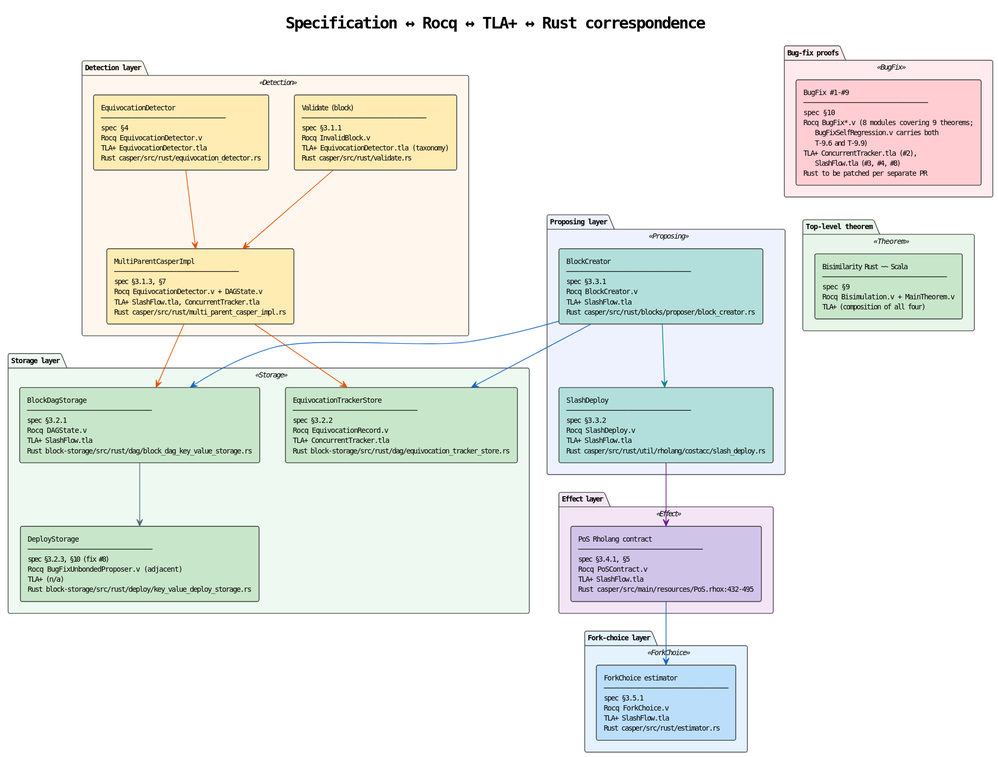
The PlantUML diagram docs/theory/slashing/diagrams/10-component-formal-correspondence.svg in F1R3FLY-io/f1r3node-rust, before a commit.
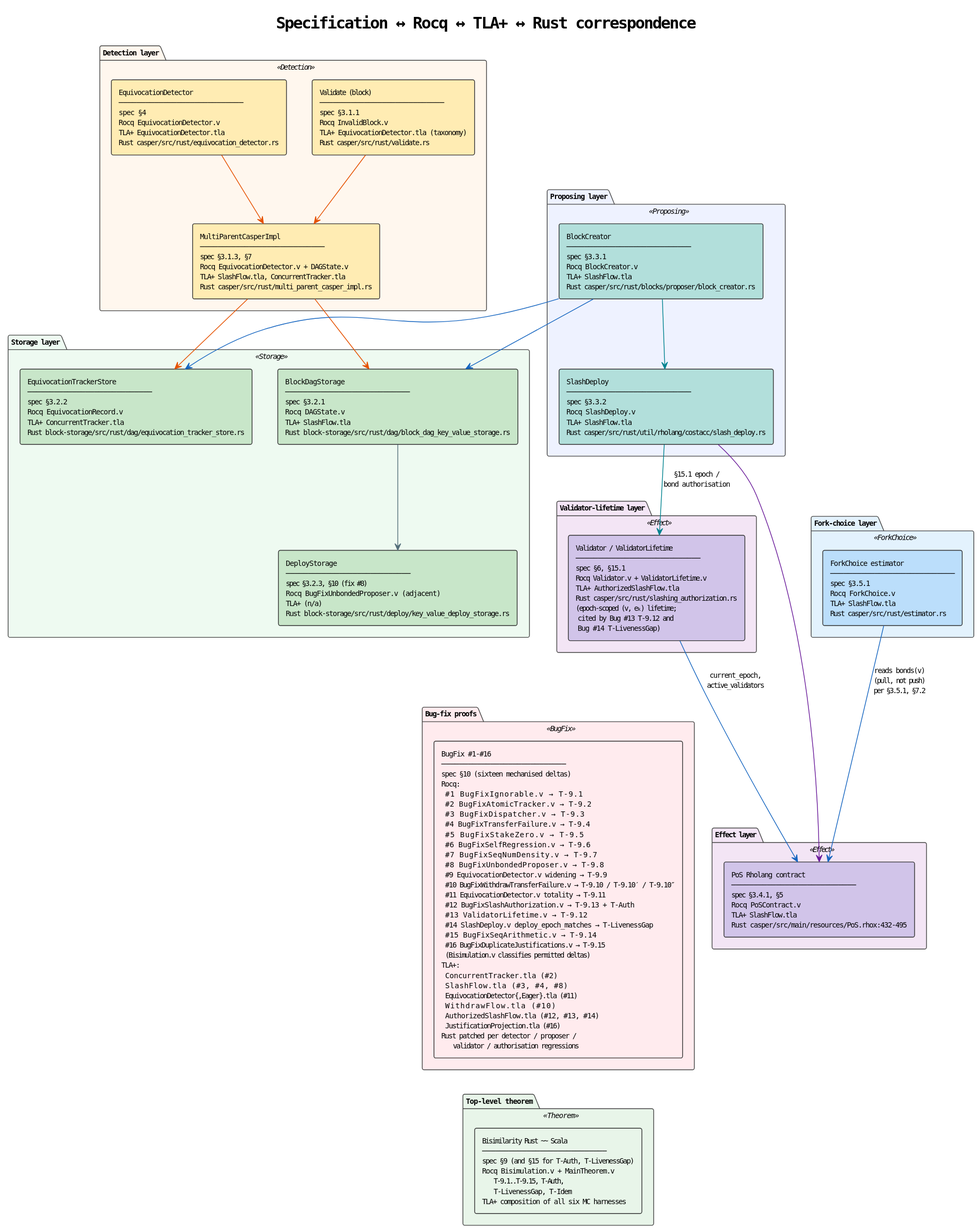
The same diagram one commit later.

The edit, as a diff of the source:
```diff
@@ -47,12 +47,16 @@
   component "ForkChoice estimator\n────────────────────────────\nspec  §3.5.1\nRocq  ForkChoice.v\nTLA+  SlashFlow.tla\nRust  casper/src/rust/estimator.rs"  as FC #BBDEFB
 }
 
+package "Validator-lifetime layer" <<Effect>> {
+  component "Validator / ValidatorLifetime\n────────────────────────────\nspec  §6, §15.1\nRocq  Validator.v + ValidatorLifetime.v\nTLA+  AuthorizedSlashFlow.tla\nRust  casper/src/rust/slashing_authorization.rs\n(epoch-scoped (v, eₖ) lifetime;\n cited by Bug #13 T-9.12 and\n Bug #14 T-LivenessGap)"  as VL #D1C4E9
+}
+
 package "Bug-fix proofs" <<BugFix>> {
-  component "BugFix #1-#9\n────────────────────────────\nspec  §10\nRocq  BugFix*.v (8 modules covering 9 theorems;\n      BugFixSelfRegression.v carries both\n      T-9.6 and T-9.9)\nTLA+  ConcurrentTracker.tla (#2),\n      SlashFlow.tla (#3, #4, #8)\nRust  to be patched per separate PR"  as BF #FFCDD2
+  component "BugFix #1-#16\n────────────────────────────\nspec  §10 (sixteen mechanised deltas)\nRocq:\n  #1  BugFixIgnorable.v                   → T-9.1\n  #2  BugFixAtomicTracker.v               → T-9.2\n  #3  BugFixDispatcher.v                  → T-9.3\n  #4  BugFixTransferFailure.v             → T-9.4\n  #5  BugFixStakeZero.v                   → T-9.5\n  #6  BugFixSelfRegression.v              → T-9.6\n  #7  BugFixSeqNumDensity.v               → T-9.7\n  #8  BugFixUnbondedProposer.v            → T-9.8\n  #9  EquivocationDetector.v widening     → T-9.9\n  #10 BugFixWithdrawTransferFailure.v     → T-9.10 / T-9.10′ / T-9.10″\n  #11 EquivocationDetector.v totality     → T-9.11\n  #12 BugFixSlashAuthorization.v          → T-9.13 + T-Auth\n  #13 ValidatorLifetime.v                 → T-9.12\n  #14 SlashDeploy.v deploy_epoch_matches  → T-LivenessGap\n  #15 BugFixSeqArithmetic.v               → T-9.14\n  #16 BugFixDuplicateJustifications.v     → T-9.15\n  (Bisimulation.v classifies permitted deltas)\nTLA+:\n  ConcurrentTracker.tla            (#2)\n  SlashFlow.tla                    (#3, #4, #8)\n  EquivocationDetector{,Eager}.tla (#11)\n  WithdrawFlow.tla                 (#10)\n  AuthorizedSlashFlow.tla          (#12, #13, #14)\n  JustificationProjection.tla      (#16)\nRust  patched per detector / proposer /\n      validator / authorisation regressions"  as BF #FFEBEE
 }
 
 package "Top-level theorem" <<Theorem>> {
-  component "Bisimilarity Rust ~~ Scala\n────────────────────────────\nspec  §9\nRocq  Bisimulation.v + MainTheorem.v\nTLA+  (composition of all four)"  as BIS #C8E6C9
+  component "Bisimilarity Rust ~~ Scala\n────────────────────────────\nspec  §9 (and §15 for T-Auth, T-LivenessGap)\nRocq  Bisimulation.v + MainTheorem.v\n      T-9.1..T-9.15, T-Auth,\n      T-LivenessGap, T-Idem\nTLA+  composition of all six MC harnesses"  as BIS #E8F5E9
 }
 
 V -[#E65100]-> C
@@ -64,7 +68,10 @@
 BC -[#1565C0]-> Tk
 BC -[#00838F]-> SD
 SD -[#6A1B9A]-> PoS
-PoS -[#1565C0]-> FC
+FC -[#1565C0]-> PoS : reads bonds(v)\n(pull, not push)\nper §3.5.1, §7.2
+SD -[#00838F]-> VL : §15.1 epoch /\nbond authorisation
+VL -[#1565C0]-> PoS : current_epoch,\nactive_validators
 
 BF -[hidden]-> BIS
+VL -[hidden]-> BF
 @enduml
```
